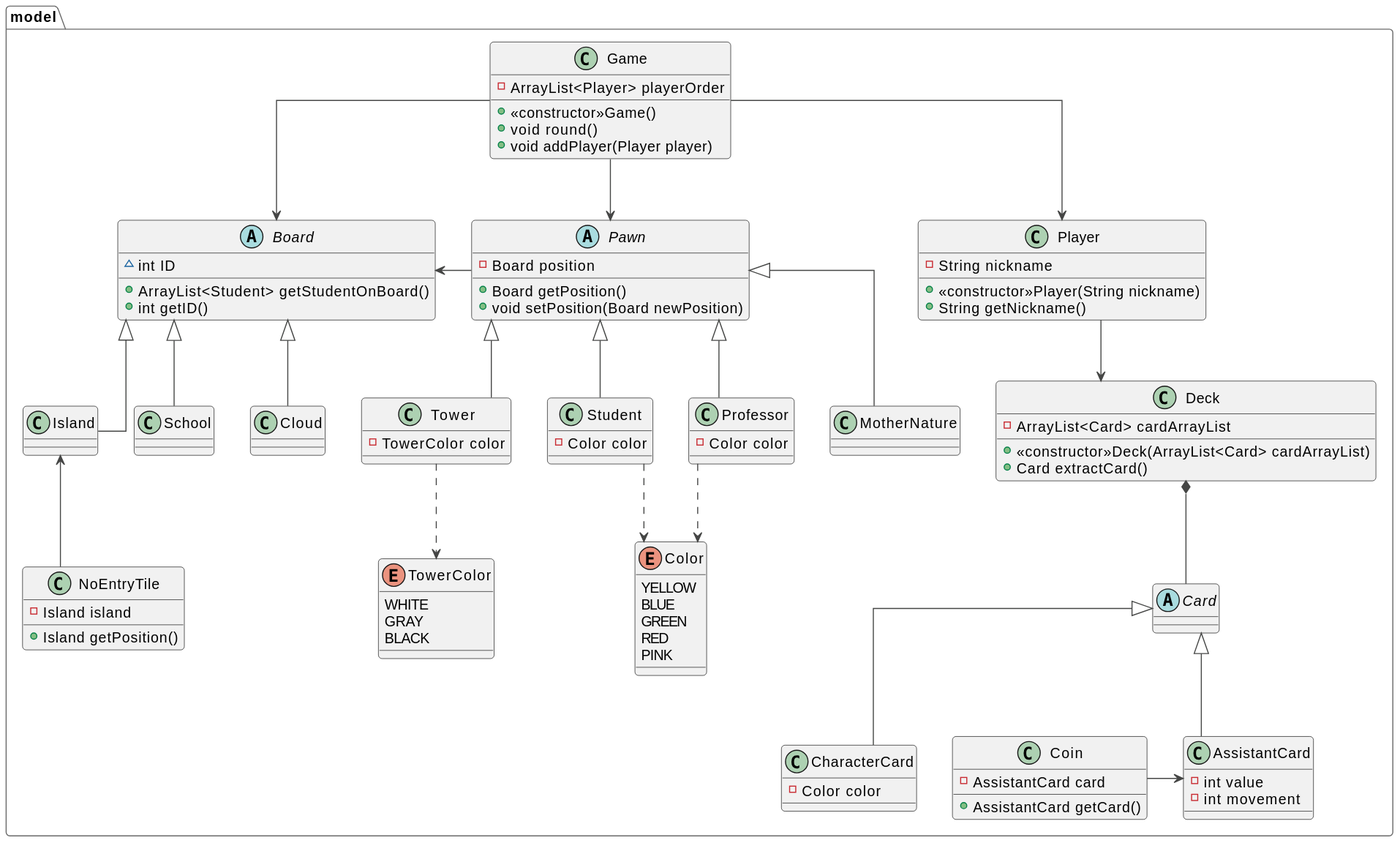
The PlantUML diagram uml/initial_uml.svg in nicolozambon/ing-sw-2022-sciarrabba-sironi-zambon, before a commit.
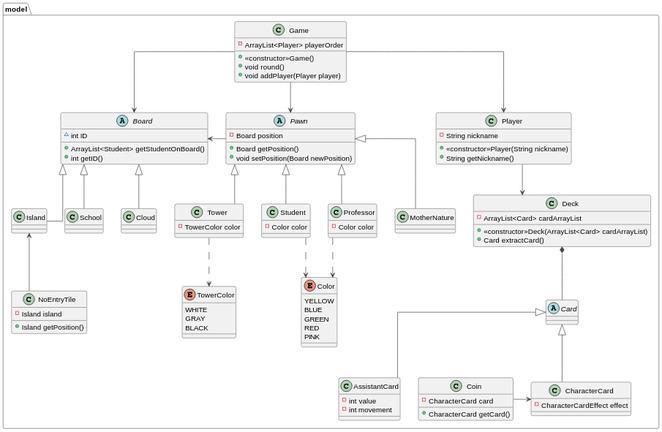
The same diagram one commit later.

The edit, as a diff of the source:
```diff
@@ -77,7 +77,7 @@
     }
 
     class CharacterCard {
-        - Color color
+        - CharacterCardEffect effect
     }
 
     class Deck {
@@ -87,8 +87,8 @@
     }
 
     class Coin {
-        - AssistantCard card
-        + AssistantCard getCard()
+        - CharacterCard card
+        + CharacterCard getCard()
     }
 
     class NoEntryTile {
@@ -97,7 +97,7 @@
     }
 
     NoEntryTile -UP-> Island
-    Coin -RIGHT-> AssistantCard
+    Coin -RIGHT-> CharacterCard
 
     Card <|-DOWN- AssistantCard
     Card <|-- CharacterCard
```
